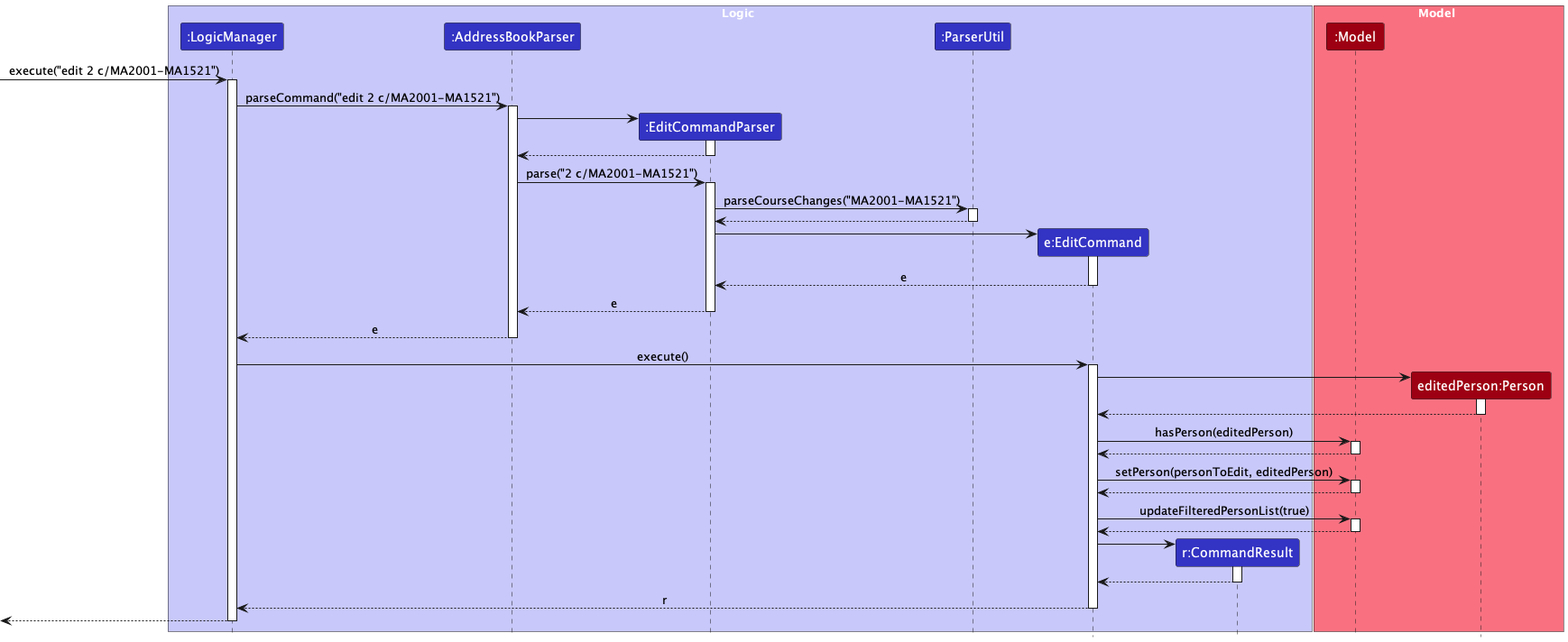
tanteckfang/tp keeps this PlantUML diagram as docs/images/EditSequenceDiagram.png. Above is the earlier version. Its diagram source:
```plantuml
@startuml
!include style.puml
skinparam ArrowFontStyle plain

box Logic LOGIC_COLOR_T1
participant ":LogicManager" as LogicManager LOGIC_COLOR
participant ":AddressBookParser" as AddressBookParser LOGIC_COLOR
participant ":EditCommandParser" as EditCommandParser LOGIC_COLOR
participant ":ParserUtil" as ParserUtil LOGIC_COLOR
participant "e:EditCommand" as EditCommand LOGIC_COLOR
participant "r:CommandResult" as CommandResult LOGIC_COLOR
end box

box Model MODEL_COLOR_T1
participant ":Model" as Model MODEL_COLOR
participant "editedPerson:Person" as EditedPerson MODEL_COLOR
end box
[-> LogicManager : execute("edit 2 c/MA2001-MA1521")
activate LogicManager

LogicManager -> AddressBookParser : parseCommand("edit 2 c/MA2001-MA1521")
activate AddressBookParser

create EditCommandParser
AddressBookParser -> EditCommandParser ++
return

AddressBookParser -> EditCommandParser ++: parse("2 c/MA2001-MA1521")

EditCommandParser -> ParserUtil ++: parseCourseChanges("MA2001-MA1521")
return

create EditCommand
EditCommandParser -> EditCommand ++
return e
return e
return e

LogicManager -> EditCommand++ : execute()
create EditedPerson
EditCommand -> EditedPerson ++
return
EditCommand -> Model ++ : hasPerson(editedPerson)
return
EditCommand -> Model ++ : setPerson(personToEdit, editedPerson)
return
EditCommand -> Model ++ : updateFilteredPersonList(true)
return

create CommandResult
EditCommand -> CommandResult++
return

return r

[<--LogicManager
deactivate LogicManager
@enduml
```
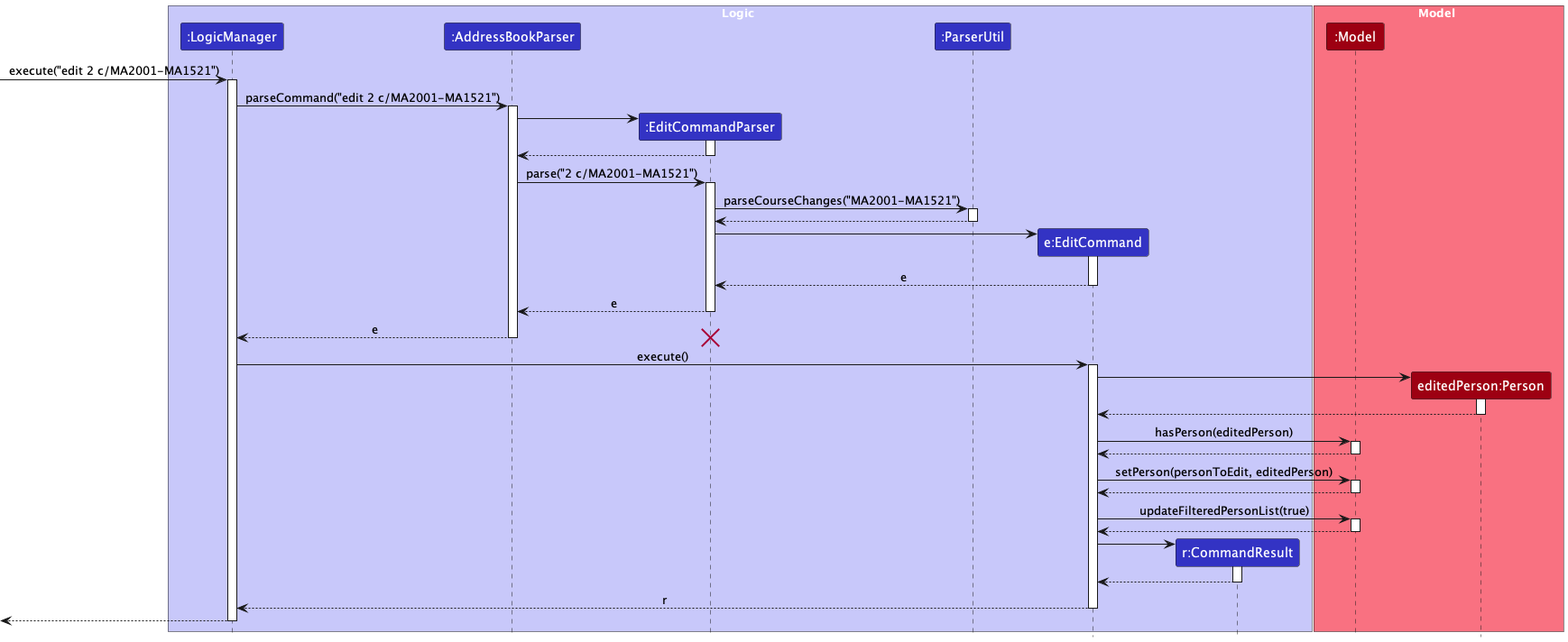
Later version of the same file.

Change to the diagram source:
```diff
@@ -36,6 +36,8 @@
 return e
 return e
 
+destroy EditCommandParser
+
 LogicManager -> EditCommand++ : execute()
 create EditedPerson
 EditCommand -> EditedPerson ++
```
